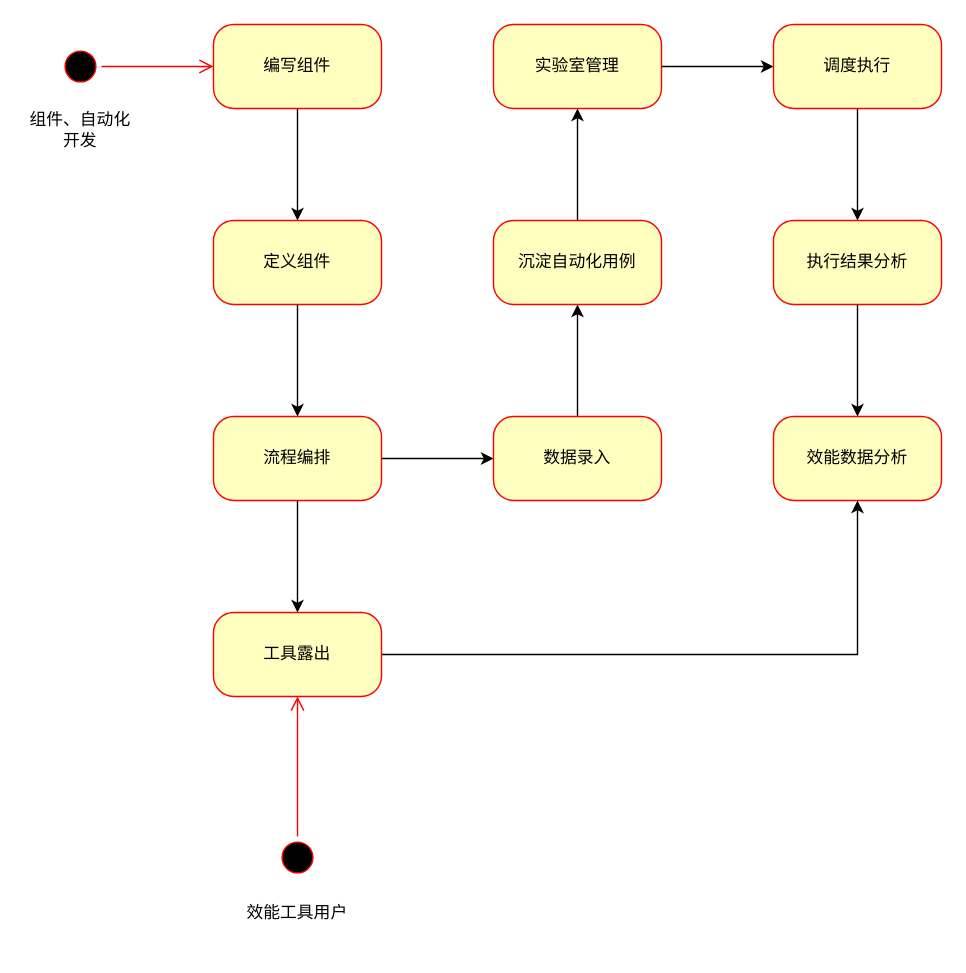
This is 业务流程开发.drawio from JimmyKsdas/TestPlantForm, a draw.io file, before an edit. Source tidied: cells renumbered, new cells numbered last; positions are measured from the earlier drawing's top-left corner, leaving out a move shared by most shapes. Both pictures are drawn from the tidied source at 140%, with x=0, y=0 at pixel (24, 24).
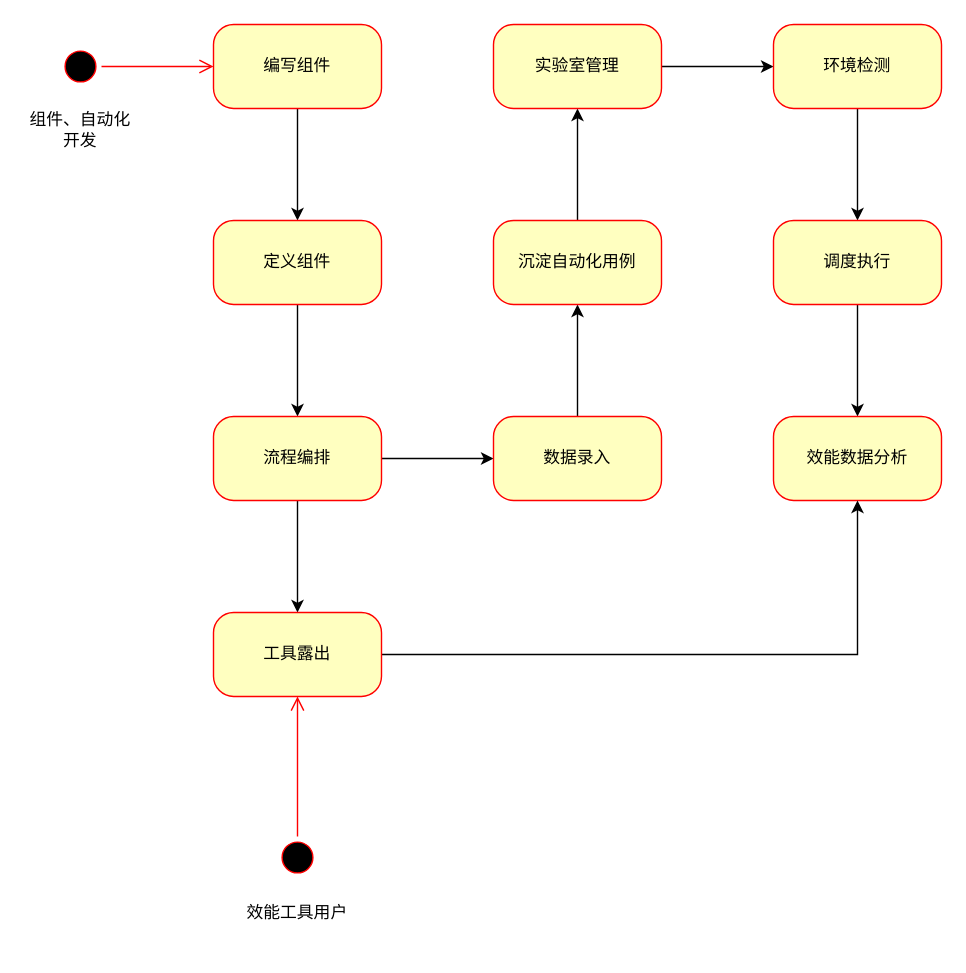
The same page after the edit.

Commit message:
Update 业务流程开发.drawio

What changed in the source:
```diff
@@
-    <mxCell id="17" value="调度执行" style="rounded=1;whiteSpace=wrap;html=1;arcSize=24;fillColor=#ffffc0;strokeColor=#ff0000;shadow=0;comic=0;labelBackgroundColor=none;fontFamily=Verdana;fontSize=12;fontColor=#000000;align=center;" parent="1" vertex="1">
+    <mxCell id="17" value="环境检测" style="rounded=1;whiteSpace=wrap;html=1;arcSize=24;fillColor=#ffffc0;strokeColor=#ff0000;shadow=0;comic=0;labelBackgroundColor=none;fontFamily=Verdana;fontSize=12;fontColor=#000000;align=center;" parent="1" vertex="1">
       <mxGeometry x="535" width="120" height="60" as="geometry" />
     </mxCell>
@@
-    <mxCell id="19" value="执行结果分析" style="rounded=1;whiteSpace=wrap;html=1;arcSize=24;fillColor=#ffffc0;strokeColor=#ff0000;shadow=0;comic=0;labelBackgroundColor=none;fontFamily=Verdana;fontSize=12;fontColor=#000000;align=center;" parent="1" vertex="1">
+    <mxCell id="19" value="调度执行" style="rounded=1;whiteSpace=wrap;html=1;arcSize=24;fillColor=#ffffc0;strokeColor=#ff0000;shadow=0;comic=0;labelBackgroundColor=none;fontFamily=Verdana;fontSize=12;fontColor=#000000;align=center;" parent="1" vertex="1">
       <mxGeometry x="535" y="140" width="120" height="60" as="geometry" />
     </mxCell>
```
